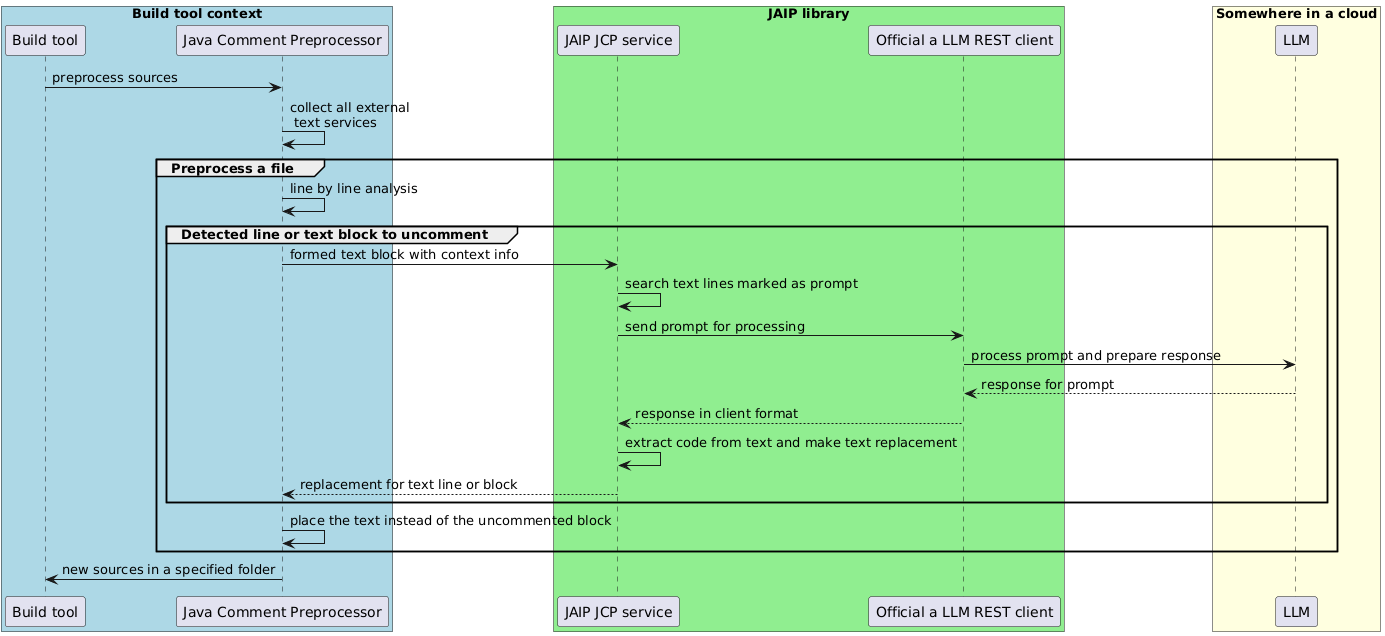
raydac/jcp-ai keeps this PlantUML diagram as assets/sequence1.png. Above is the earlier version. Its diagram source:
```plantuml
@startuml

box "Build tool context" #LightBlue
participant "Build tool" as BT
participant "Java Comment Preprocessor" as JCP
end box

box "JAIP library" #LightGreen
	participant "JAIP JCP service" as JA
	participant "Official a LLM REST client" as LLMREST
end box

box "Somewhere in a cloud" #LightYellow
	participant LLM as LLM
end box

BT -> JCP: preprocess sources
JCP -> JCP: collect all external\n text services

group Preprocess a file
	JCP -> JCP: line by line analysis
	group Detected line or text block to uncomment
		JCP -> JA: formed text block with context info
		JA -> JA: search text lines marked as prompt
		JA -> LLMREST: send prompt for processing
		LLMREST -> LLM: process prompt and prepare response
		LLM --> LLMREST: response for prompt
		LLMREST --> JA: response in client format
		JA -> JA: extract code from text and make text replacement
		JA --> JCP: replacement for text line or block
	end
	JCP -> JCP: place the text instead of the uncommented block
end

JCP -> BT: new sources in a specified folder
@enduml
```
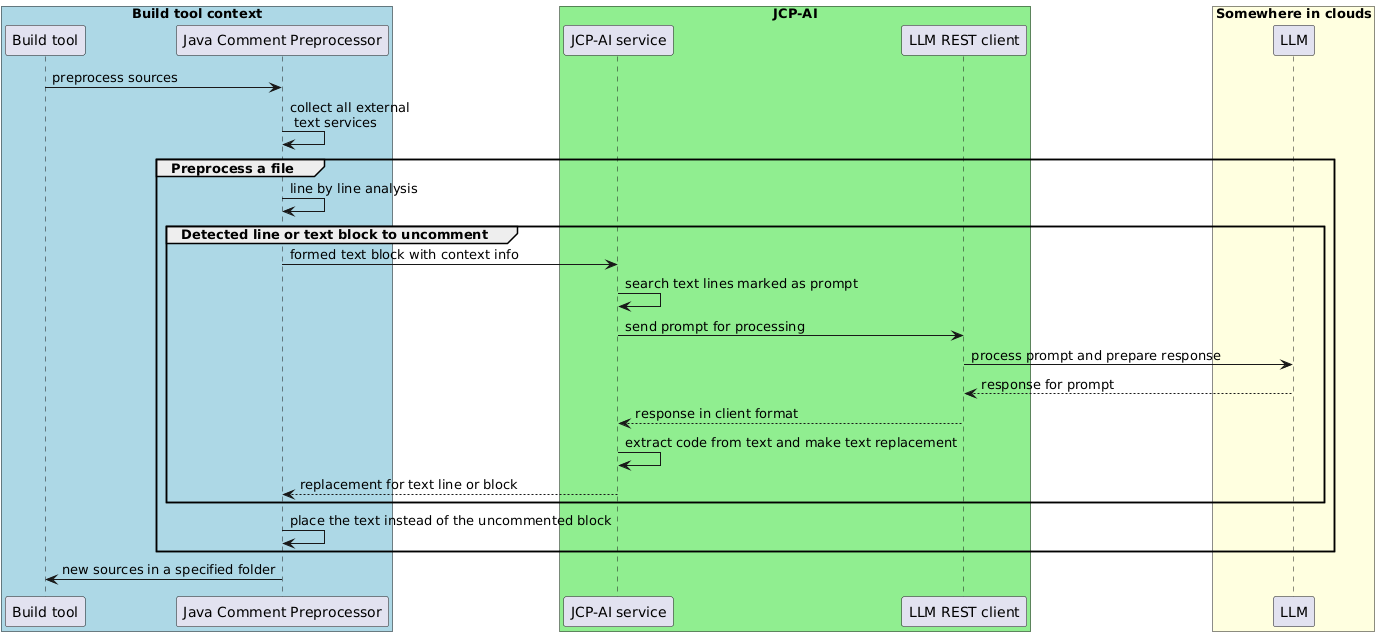
Above is the later version.

Change to the diagram source:
```diff
@@ -5,12 +5,12 @@
 participant "Java Comment Preprocessor" as JCP
 end box
 
-box "JAIP library" #LightGreen
-	participant "JAIP JCP service" as JA
-	participant "Official a LLM REST client" as LLMREST
+box "JCP-AI" #LightGreen
+	participant "JCP-AI service" as JA
+	participant "LLM REST client" as LLMREST
 end box
 
-box "Somewhere in a cloud" #LightYellow
+box "Somewhere in clouds" #LightYellow
 	participant LLM as LLM
 end box
 
```
